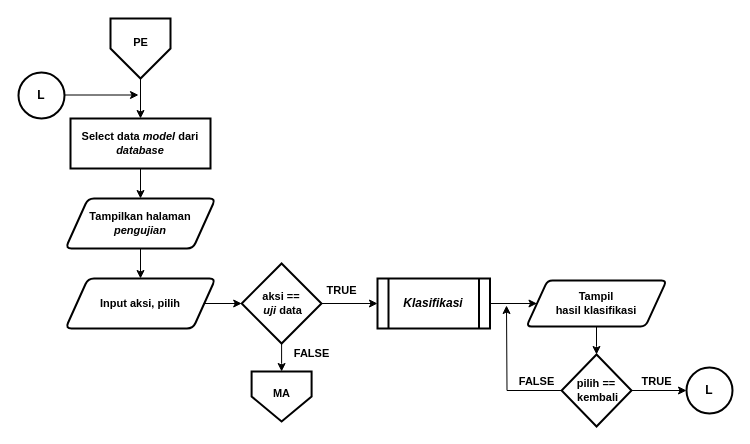
The draw.io diagram Dokumen TA/Paper/Flowchart/Flowchart menu pengujian.drawio in muspriandi/TextMining-SentimentAnalysis, before the edit. Source tidied: cells renumbered, new cells numbered last; positions are measured from the earlier drawing's top-left corner, leaving out a move shared by most shapes. Both pictures are drawn from the tidied source at 100%, with x=0, y=0 at pixel (18, 18).
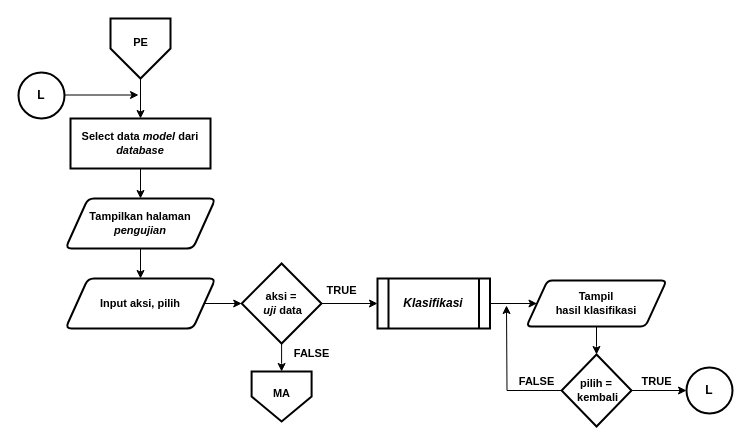
The same diagram, later.

What changed in the source:
```diff
@@
-    <mxCell id="17" value="&lt;b style=&quot;font-size: 11px&quot;&gt;&lt;font style=&quot;font-size: 11px&quot;&gt;aksi ==&lt;br&gt;&amp;nbsp;&lt;i&gt;uji&amp;nbsp;&lt;/i&gt;data&lt;/font&gt;&lt;/b&gt;" style="rhombus;whiteSpace=wrap;html=1;strokeWidth=2;fontSize=11;" parent="1" vertex="1">
+    <mxCell id="17" value="&lt;b style=&quot;font-size: 11px&quot;&gt;&lt;font style=&quot;font-size: 11px&quot;&gt;aksi =&lt;br&gt;&amp;nbsp;&lt;i&gt;uji&amp;nbsp;&lt;/i&gt;data&lt;/font&gt;&lt;/b&gt;" style="rhombus;whiteSpace=wrap;html=1;strokeWidth=2;fontSize=11;" parent="1" vertex="1">
       <mxGeometry x="223.2" y="245" width="79.8" height="80" as="geometry" />
     </mxCell>
@@
-    <mxCell id="27" value="&lt;b style=&quot;font-size: 11px&quot;&gt;&lt;font style=&quot;font-size: 11px&quot;&gt;pilih ==&lt;br&gt;&amp;nbsp;kembali&lt;/font&gt;&lt;/b&gt;" style="rhombus;whiteSpace=wrap;html=1;strokeWidth=2;fontSize=11;" parent="1" vertex="1">
+    <mxCell id="27" value="&lt;b style=&quot;font-size: 11px&quot;&gt;&lt;font style=&quot;font-size: 11px&quot;&gt;pilih =&lt;br&gt;&amp;nbsp;kembali&lt;/font&gt;&lt;/b&gt;" style="rhombus;whiteSpace=wrap;html=1;strokeWidth=2;fontSize=11;" parent="1" vertex="1">
       <mxGeometry x="543.1" y="336" width="69.9" height="72" as="geometry" />
     </mxCell>
```
